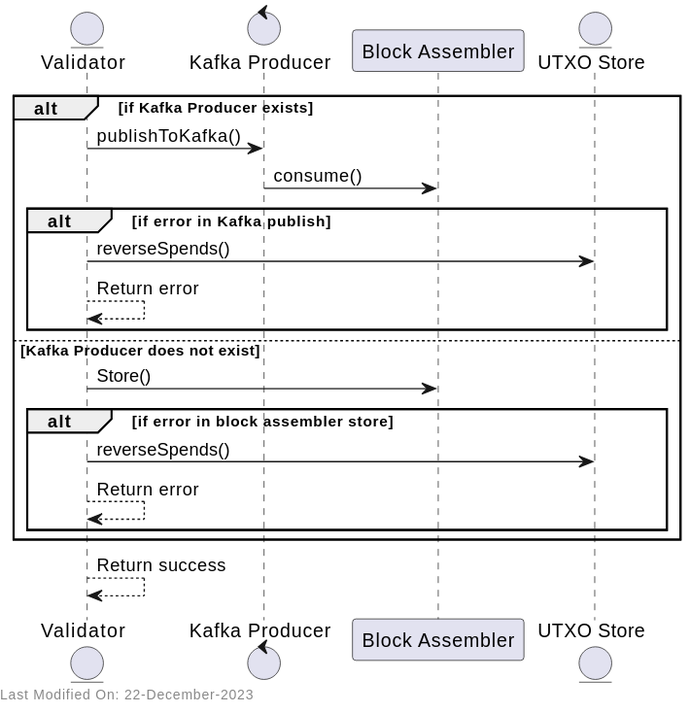
This is docs/services/img/plantuml/validator/tx_validation_block_assembly.svg from freemans13/teranode, a PlantUML export, as it was before one commit. Its source is kept beside it as docs/services/img/plantuml/validator/tx_validation_block_assembly.puml. Its diagram source:
```plantuml
@startuml
entity Validator
control "Kafka Producer" as Kafka
participant "Block Assembler" as BlockAssembler
entity "UTXO Store" as UTXOStore

alt if Kafka Producer exists
    Validator -> Kafka: publishToKafka()
    Kafka -> BlockAssembler: consume()
    alt if error in Kafka publish
        Validator -> UTXOStore: reverseSpends()
        Validator --> Validator: Return error
    end
else Kafka Producer does not exist
    Validator -> BlockAssembler: Store()
    alt if error in block assembler store
        Validator -> UTXOStore: reverseSpends()
        Validator --> Validator: Return error
    end
end

Validator --> Validator: Return success

left footer Last Modified On: %date("dd-MMM-yyyy")

@enduml
```
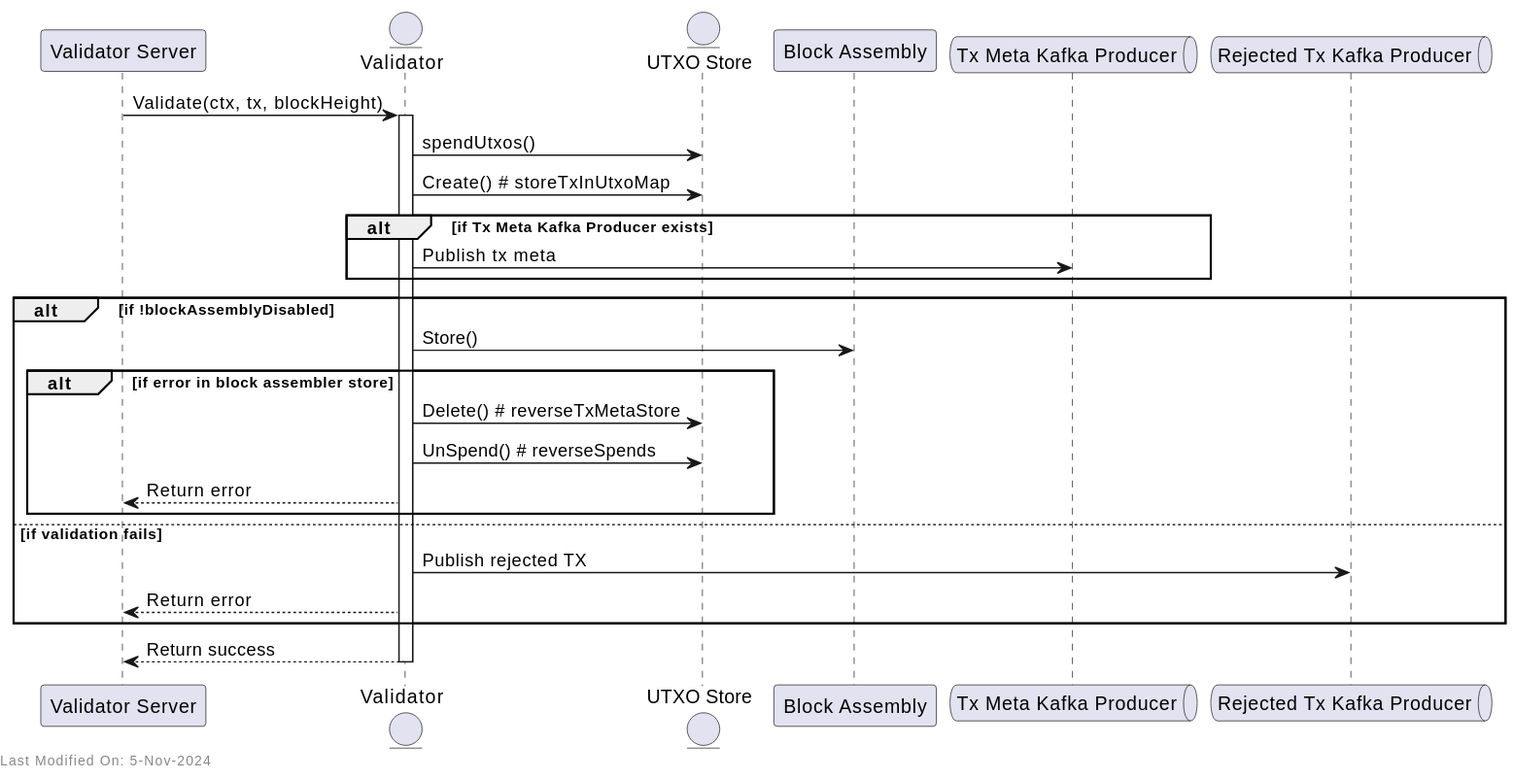
The same file after the commit.

Commit message:
Documentation - restructure Validator Service documentation for better separation of design and reference documents #1395

The edit, as a diff of the source:
```diff
@@ -1,25 +1,35 @@
 @startuml
+participant "Validator Server" as Server
 entity Validator
-control "Kafka Producer" as Kafka
-participant "Block Assembler" as BlockAssembler
 entity "UTXO Store" as UTXOStore
+participant "Block Assembly" as BlockAssembly
+queue "Tx Meta Kafka Producer" as TxMetaKafka
+queue "Rejected Tx Kafka Producer" as RejectedKafka
 
-alt if Kafka Producer exists
-    Validator -> Kafka: publishToKafka()
-    Kafka -> BlockAssembler: consume()
-    alt if error in Kafka publish
-        Validator -> UTXOStore: reverseSpends()
-        Validator --> Validator: Return error
-    end
-else Kafka Producer does not exist
-    Validator -> BlockAssembler: Store()
-    alt if error in block assembler store
-        Validator -> UTXOStore: reverseSpends()
-        Validator --> Validator: Return error
-    end
+Server -> Validator: Validate(ctx, tx, blockHeight)
+activate Validator
+
+Validator -> UTXOStore: spendUtxos()
+Validator -> UTXOStore: Create() # storeTxInUtxoMap
+
+alt if Tx Meta Kafka Producer exists
+    Validator -> TxMetaKafka: Publish tx meta
 end
 
-Validator --> Validator: Return success
+alt if !blockAssemblyDisabled
+    Validator -> BlockAssembly: Store()
+    alt if error in block assembler store
+        Validator -> UTXOStore: Delete() # reverseTxMetaStore
+        Validator -> UTXOStore: UnSpend() # reverseSpends
+        Validator --> Server: Return error
+    end
+else if validation fails
+    Validator -> RejectedKafka: Publish rejected TX
+    Validator --> Server: Return error
+end
+
+Validator --> Server: Return success
+deactivate Validator
 
 left footer Last Modified On: %date("dd-MMM-yyyy")
 
```
